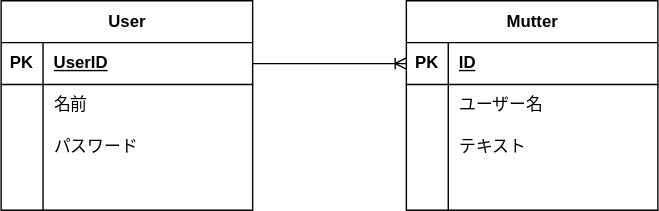
Before: ER図.drawio.svg, a diagram exported from draw.io (toyoaya/draw.io_exam). Source tidied: cells renumbered, new cells last; positions are measured from the earlier drawing's top-left corner, leaving out a move shared by most shapes. Source of this version:
```xml
<mxGraphModel>
  <root>
    <mxCell id="0" />
    <mxCell id="1" parent="0" />
    <mxCell id="2" value="Mutter" style="shape=table;startSize=30;rowLines=0;fontStyle=1;align=center;html=1;" parent="1" vertex="1">
      <mxGeometry x="290" width="180" height="150" as="geometry" />
    </mxCell>
    <mxCell id="3" style="shape=tableRow;horizontal=0;startSize=0;swimlaneHead=0;swimlaneBody=0;fillColor=none;points=[[0,0.5],[1,0.5]];portConstraint=eastwest;top=0;left=0;right=0;bottom=1;" parent="2" vertex="1">
      <mxGeometry y="30" width="180" height="30" as="geometry" />
    </mxCell>
    <mxCell id="4" value="PK" style="shape=partialRectangle;fillColor=none;top=0;left=0;bottom=0;right=0;fontStyle=1;overflow=hidden;whiteSpace=wrap;html=1;" parent="3" vertex="1">
      <mxGeometry width="30" height="30" as="geometry" />
    </mxCell>
    <mxCell id="5" value="ID" style="shape=partialRectangle;fillColor=none;top=0;left=0;bottom=0;right=0;align=left;spacingLeft=6;fontStyle=5;overflow=hidden;whiteSpace=wrap;html=1;" parent="3" vertex="1">
      <mxGeometry x="30" width="150" height="30" as="geometry" />
    </mxCell>
    <mxCell id="6" style="shape=tableRow;horizontal=0;startSize=0;swimlaneHead=0;swimlaneBody=0;fillColor=none;top=0;left=0;right=0;bottom=0;" parent="2" vertex="1">
      <mxGeometry y="60" width="180" height="30" as="geometry" />
    </mxCell>
    <mxCell id="7" style="shape=partialRectangle;fillColor=none;top=0;left=0;bottom=0;right=0;overflow=hidden;whiteSpace=wrap;html=1;" parent="6" vertex="1">
      <mxGeometry width="30" height="30" as="geometry" />
    </mxCell>
    <mxCell id="8" value="ユーザー名" style="shape=partialRectangle;fillColor=none;top=0;left=0;bottom=0;right=0;align=left;spacingLeft=6;overflow=hidden;whiteSpace=wrap;html=1;" parent="6" vertex="1">
      <mxGeometry x="30" width="150" height="30" as="geometry" />
    </mxCell>
    <mxCell id="9" style="shape=tableRow;horizontal=0;startSize=0;swimlaneHead=0;swimlaneBody=0;fillColor=none;top=0;left=0;right=0;bottom=0;" parent="2" vertex="1">
      <mxGeometry y="90" width="180" height="30" as="geometry" />
    </mxCell>
    <mxCell id="10" style="shape=partialRectangle;fillColor=none;top=0;left=0;bottom=0;right=0;overflow=hidden;whiteSpace=wrap;html=1;" parent="9" vertex="1">
      <mxGeometry width="30" height="30" as="geometry" />
    </mxCell>
    <mxCell id="11" value="テキスト" style="shape=partialRectangle;fillColor=none;top=0;left=0;bottom=0;right=0;align=left;spacingLeft=6;overflow=hidden;whiteSpace=wrap;html=1;" parent="9" vertex="1">
      <mxGeometry x="30" width="150" height="30" as="geometry" />
    </mxCell>
    <mxCell id="12" style="shape=tableRow;horizontal=0;startSize=0;swimlaneHead=0;swimlaneBody=0;fillColor=none;top=0;left=0;right=0;bottom=0;" parent="2" vertex="1">
      <mxGeometry y="120" width="180" height="30" as="geometry" />
    </mxCell>
    <mxCell id="13" style="shape=partialRectangle;fillColor=none;top=0;left=0;bottom=0;right=0;overflow=hidden;whiteSpace=wrap;html=1;" parent="12" vertex="1">
      <mxGeometry width="30" height="30" as="geometry" />
    </mxCell>
    <mxCell id="14" style="shape=partialRectangle;fillColor=none;top=0;left=0;bottom=0;right=0;align=left;spacingLeft=6;overflow=hidden;whiteSpace=wrap;html=1;" parent="12" vertex="1">
      <mxGeometry x="30" width="150" height="30" as="geometry" />
    </mxCell>
    <mxCell id="15" value="User" style="shape=table;startSize=30;rowLines=0;fontStyle=1;align=center;html=1;" parent="1" vertex="1">
      <mxGeometry width="180" height="150" as="geometry" />
    </mxCell>
    <mxCell id="16" style="shape=tableRow;horizontal=0;startSize=0;swimlaneHead=0;swimlaneBody=0;fillColor=none;points=[[0,0.5],[1,0.5]];portConstraint=eastwest;top=0;left=0;right=0;bottom=1;" parent="15" vertex="1">
      <mxGeometry y="30" width="180" height="30" as="geometry" />
    </mxCell>
    <mxCell id="17" value="PK" style="shape=partialRectangle;fillColor=none;top=0;left=0;bottom=0;right=0;fontStyle=1;overflow=hidden;whiteSpace=wrap;html=1;" parent="16" vertex="1">
      <mxGeometry width="30" height="30" as="geometry" />
    </mxCell>
    <mxCell id="18" value="UserID" style="shape=partialRectangle;fillColor=none;top=0;left=0;bottom=0;right=0;align=left;spacingLeft=6;fontStyle=5;overflow=hidden;whiteSpace=wrap;html=1;" parent="16" vertex="1">
      <mxGeometry x="30" width="150" height="30" as="geometry" />
    </mxCell>
    <mxCell id="19" style="shape=tableRow;horizontal=0;startSize=0;swimlaneHead=0;swimlaneBody=0;fillColor=none;top=0;left=0;right=0;bottom=0;" parent="15" vertex="1">
      <mxGeometry y="60" width="180" height="30" as="geometry" />
    </mxCell>
    <mxCell id="20" style="shape=partialRectangle;fillColor=none;top=0;left=0;bottom=0;right=0;overflow=hidden;whiteSpace=wrap;html=1;" parent="19" vertex="1">
      <mxGeometry width="30" height="30" as="geometry" />
    </mxCell>
    <mxCell id="21" value="名前" style="shape=partialRectangle;fillColor=none;top=0;left=0;bottom=0;right=0;align=left;spacingLeft=6;overflow=hidden;whiteSpace=wrap;html=1;" parent="19" vertex="1">
      <mxGeometry x="30" width="150" height="30" as="geometry" />
    </mxCell>
    <mxCell id="22" style="shape=tableRow;horizontal=0;startSize=0;swimlaneHead=0;swimlaneBody=0;fillColor=none;top=0;left=0;right=0;bottom=0;" parent="15" vertex="1">
      <mxGeometry y="90" width="180" height="30" as="geometry" />
    </mxCell>
    <mxCell id="23" style="shape=partialRectangle;fillColor=none;top=0;left=0;bottom=0;right=0;overflow=hidden;whiteSpace=wrap;html=1;" parent="22" vertex="1">
      <mxGeometry width="30" height="30" as="geometry" />
    </mxCell>
    <mxCell id="24" value="パスワード" style="shape=partialRectangle;fillColor=none;top=0;left=0;bottom=0;right=0;align=left;spacingLeft=6;overflow=hidden;whiteSpace=wrap;html=1;" parent="22" vertex="1">
      <mxGeometry x="30" width="150" height="30" as="geometry" />
    </mxCell>
    <mxCell id="25" style="shape=tableRow;horizontal=0;startSize=0;swimlaneHead=0;swimlaneBody=0;fillColor=none;top=0;left=0;right=0;bottom=0;" parent="15" vertex="1">
      <mxGeometry y="120" width="180" height="30" as="geometry" />
    </mxCell>
    <mxCell id="26" style="shape=partialRectangle;fillColor=none;top=0;left=0;bottom=0;right=0;overflow=hidden;whiteSpace=wrap;html=1;" parent="25" vertex="1">
      <mxGeometry width="30" height="30" as="geometry" />
    </mxCell>
    <mxCell id="27" style="shape=partialRectangle;fillColor=none;top=0;left=0;bottom=0;right=0;align=left;spacingLeft=6;overflow=hidden;whiteSpace=wrap;html=1;" parent="25" vertex="1">
      <mxGeometry x="30" width="150" height="30" as="geometry" />
    </mxCell>
    <mxCell id="28" style="edgeStyle=entityRelationEdgeStyle;fontSize=12;html=1;endArrow=ERoneToMany;rounded=0;exitX=1;exitY=0.5;exitDx=0;exitDy=0;entryX=0;entryY=0.5;entryDx=0;entryDy=0;" parent="1" edge="1" source="16" target="3">
      <mxGeometry relative="1" as="geometry" />
    </mxCell>
  </root>
</mxGraphModel>
```
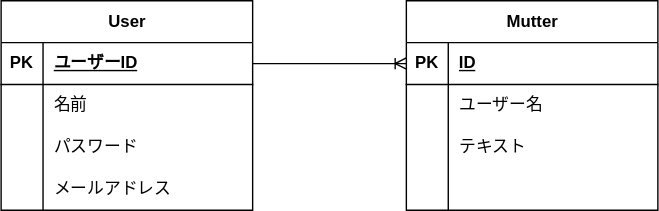
The same diagram one commit later.

Commit message:
ER図.drawio.svg を更新します

The edit, as a diff of the source:
```diff
@@ -50,7 +50,7 @@
     <mxCell id="17" value="PK" style="shape=partialRectangle;fillColor=none;top=0;left=0;bottom=0;right=0;fontStyle=1;overflow=hidden;whiteSpace=wrap;html=1;" parent="16" vertex="1">
       <mxGeometry width="30" height="30" as="geometry" />
     </mxCell>
-    <mxCell id="18" value="UserID" style="shape=partialRectangle;fillColor=none;top=0;left=0;bottom=0;right=0;align=left;spacingLeft=6;fontStyle=5;overflow=hidden;whiteSpace=wrap;html=1;" parent="16" vertex="1">
+    <mxCell id="18" value="ユーザーID" style="shape=partialRectangle;fillColor=none;top=0;left=0;bottom=0;right=0;align=left;spacingLeft=6;fontStyle=5;overflow=hidden;whiteSpace=wrap;html=1;" parent="16" vertex="1">
       <mxGeometry x="30" width="150" height="30" as="geometry" />
     </mxCell>
     <mxCell id="19" style="shape=tableRow;horizontal=0;startSize=0;swimlaneHead=0;swimlaneBody=0;fillColor=none;top=0;left=0;right=0;bottom=0;" parent="15" vertex="1">
@@ -77,7 +77,7 @@
     <mxCell id="26" style="shape=partialRectangle;fillColor=none;top=0;left=0;bottom=0;right=0;overflow=hidden;whiteSpace=wrap;html=1;" parent="25" vertex="1">
       <mxGeometry width="30" height="30" as="geometry" />
     </mxCell>
-    <mxCell id="27" style="shape=partialRectangle;fillColor=none;top=0;left=0;bottom=0;right=0;align=left;spacingLeft=6;overflow=hidden;whiteSpace=wrap;html=1;" parent="25" vertex="1">
+    <mxCell id="27" value="メールアドレス" style="shape=partialRectangle;fillColor=none;top=0;left=0;bottom=0;right=0;align=left;spacingLeft=6;overflow=hidden;whiteSpace=wrap;html=1;" parent="25" vertex="1">
       <mxGeometry x="30" width="150" height="30" as="geometry" />
     </mxCell>
     <mxCell id="28" style="edgeStyle=entityRelationEdgeStyle;fontSize=12;html=1;endArrow=ERoneToMany;rounded=0;exitX=1;exitY=0.5;exitDx=0;exitDy=0;entryX=0;entryY=0.5;entryDx=0;entryDy=0;" parent="1" edge="1" source="16" target="3">
```
